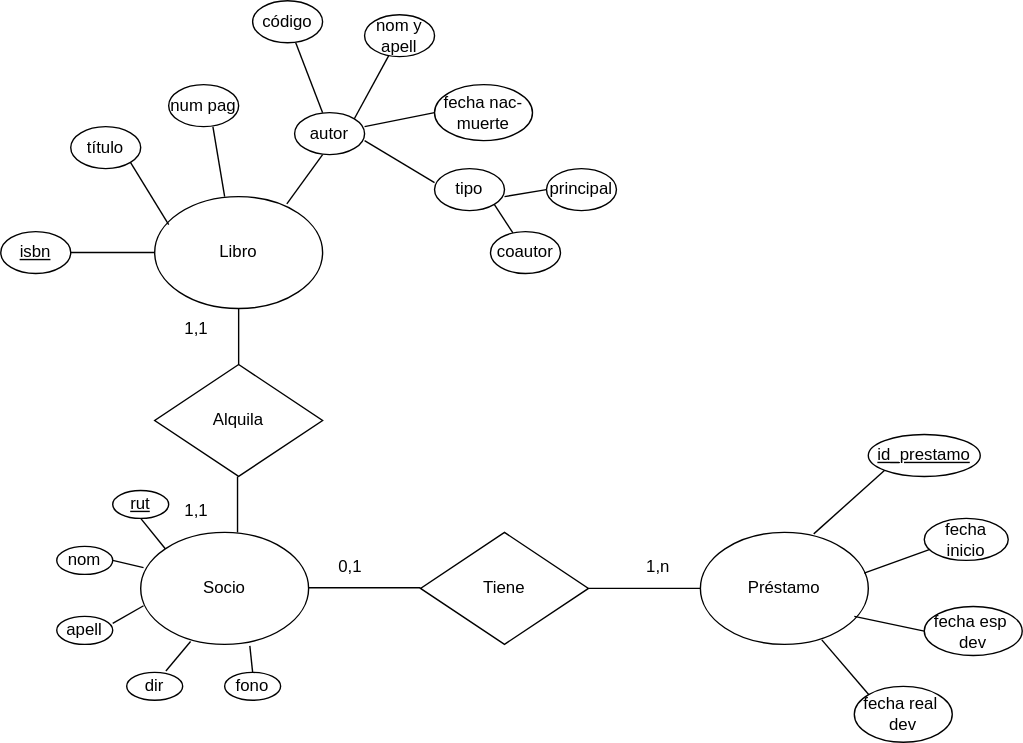
This is modelo conceptual.drawio.svg from FranSantander/-Biblioteca, a draw.io export, as it was before one commit. Source tidied: cells renumbered, new cells last; positions are measured from the earlier drawing's top-left corner, leaving out a move shared by most shapes.
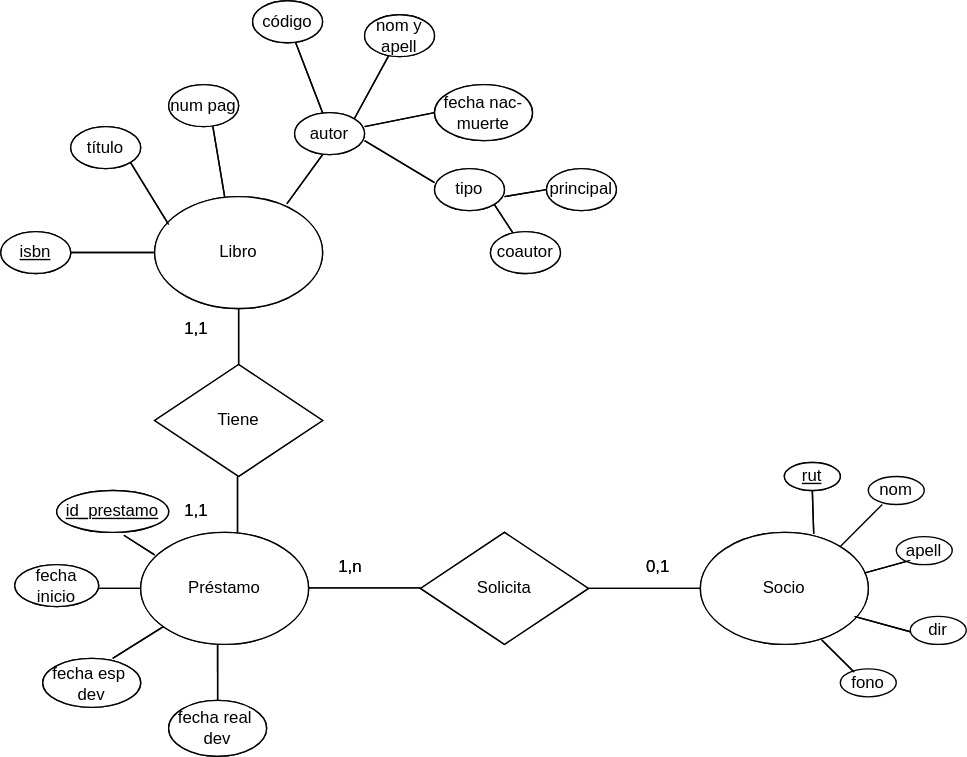
Later version of the same file.

Diff of the diagram source:
```diff
@@ -5,10 +5,10 @@
     <mxCell id="2" value="Libro" style="ellipse;whiteSpace=wrap;html=1;" parent="1" vertex="1">
       <mxGeometry x="110" y="140" width="120" height="80" as="geometry" />
     </mxCell>
-    <mxCell id="3" value="Socio" style="ellipse;whiteSpace=wrap;html=1;" parent="1" vertex="1">
+    <mxCell id="3" value="Préstamo" style="ellipse;whiteSpace=wrap;html=1;" parent="1" vertex="1">
       <mxGeometry x="100" y="380" width="120" height="80" as="geometry" />
     </mxCell>
-    <mxCell id="4" value="Préstamo" style="ellipse;whiteSpace=wrap;html=1;" parent="1" vertex="1">
+    <mxCell id="4" value="Socio" style="ellipse;whiteSpace=wrap;html=1;" parent="1" vertex="1">
       <mxGeometry x="500" y="380" width="120" height="80" as="geometry" />
     </mxCell>
     <mxCell id="5" value="&lt;u&gt;isbn&lt;/u&gt;" style="ellipse;whiteSpace=wrap;html=1;" parent="1" vertex="1">
@@ -86,38 +86,31 @@
       </mxGeometry>
     </mxCell>
     <mxCell id="25" value="&lt;u&gt;rut&lt;/u&gt;" style="ellipse;whiteSpace=wrap;html=1;" parent="1" vertex="1">
-      <mxGeometry x="80" y="350" width="40" height="20" as="geometry" />
+      <mxGeometry x="560" y="330" width="40" height="20" as="geometry" />
     </mxCell>
-    <mxCell id="26" value="nom" style="ellipse;whiteSpace=wrap;html=1;" parent="1" vertex="1">
-      <mxGeometry x="40" y="390" width="40" height="20" as="geometry" />
-    </mxCell>
-    <mxCell id="27" value="apell" style="ellipse;whiteSpace=wrap;html=1;" parent="1" vertex="1">
-      <mxGeometry x="40" y="440" width="40" height="20" as="geometry" />
-    </mxCell>
-    <mxCell id="28" value="dir" style="ellipse;whiteSpace=wrap;html=1;" parent="1" vertex="1">
-      <mxGeometry x="90" y="480" width="40" height="20" as="geometry" />
-    </mxCell>
-    <mxCell id="29" value="fono" style="ellipse;whiteSpace=wrap;html=1;" parent="1" vertex="1">
-      <mxGeometry x="160" y="480" width="40" height="20" as="geometry" />
-    </mxCell>
-    <mxCell id="30" value="Tiene" style="rhombus;whiteSpace=wrap;html=1;" parent="1" vertex="1">
+    <mxCell id="30" value="Solicita" style="rhombus;whiteSpace=wrap;html=1;" parent="1" vertex="1">
       <mxGeometry x="300" y="380" width="120" height="80" as="geometry" />
     </mxCell>
-    <mxCell id="31" style="endArrow=none;html=1;rounded=0;exitX=0.675;exitY=0.013;exitDx=0;exitDy=0;exitPerimeter=0;entryX=0;entryY=1;entryDx=0;entryDy=0;" parent="1" edge="1" source="4" target="50">
-      <mxGeometry relative="1" as="geometry" />
+    <mxCell id="31" style="endArrow=none;html=1;rounded=0;exitX=0.675;exitY=0.013;exitDx=0;exitDy=0;exitPerimeter=0;" parent="1" edge="1" source="4">
+      <mxGeometry relative="1" as="geometry">
+        <mxPoint x="580" y="350" as="targetPoint" />
+      </mxGeometry>
     </mxCell>
     <mxCell id="32" style="endArrow=none;html=1;rounded=0;exitX=0.975;exitY=0.363;exitDx=0;exitDy=0;exitPerimeter=0;" parent="1" edge="1" source="4">
       <mxGeometry relative="1" as="geometry">
-        <mxPoint x="670" y="390" as="targetPoint" />
+        <mxPoint x="650" y="400" as="targetPoint" />
       </mxGeometry>
     </mxCell>
-    <mxCell id="33" style="endArrow=none;html=1;rounded=0;entryX=0;entryY=0.5;entryDx=0;entryDy=0;" parent="1" edge="1" target="41">
+    <mxCell id="33" style="endArrow=none;html=1;rounded=0;" parent="1" edge="1">
       <mxGeometry relative="1" as="geometry">
         <mxPoint x="610" y="440" as="sourcePoint" />
+        <mxPoint x="650" y="451" as="targetPoint" />
       </mxGeometry>
     </mxCell>
-    <mxCell id="34" style="endArrow=none;html=1;rounded=0;exitX=0.723;exitY=0.96;exitDx=0;exitDy=0;exitPerimeter=0;entryX=0;entryY=0;entryDx=0;entryDy=0;" parent="1" edge="1" source="4" target="42">
-      <mxGeometry relative="1" as="geometry" />
+    <mxCell id="34" style="endArrow=none;html=1;rounded=0;exitX=0.723;exitY=0.96;exitDx=0;exitDy=0;exitPerimeter=0;" parent="1" edge="1" source="4">
+      <mxGeometry relative="1" as="geometry">
+        <mxPoint x="610" y="480" as="targetPoint" />
+      </mxGeometry>
     </mxCell>
     <mxCell id="35" style="endArrow=none;html=1;rounded=0;" parent="1" edge="1">
       <mxGeometry relative="1" as="geometry">
@@ -131,7 +124,7 @@
         <mxPoint x="300" y="419.6" as="targetPoint" />
       </mxGeometry>
     </mxCell>
-    <mxCell id="37" value="Alquila" style="rhombus;whiteSpace=wrap;html=1;" parent="1" vertex="1">
+    <mxCell id="37" value="Tiene" style="rhombus;whiteSpace=wrap;html=1;" parent="1" vertex="1">
       <mxGeometry x="110" y="260" width="120" height="80" as="geometry" />
     </mxCell>
     <mxCell id="38" style="endArrow=none;html=1;rounded=0;entryX=0.5;entryY=1;entryDx=0;entryDy=0;" parent="1" edge="1" target="2">
@@ -146,31 +139,31 @@
       </mxGeometry>
     </mxCell>
     <mxCell id="40" value="fecha inicio" style="ellipse;whiteSpace=wrap;html=1;" parent="1" vertex="1">
-      <mxGeometry x="660" y="370" width="60" height="30" as="geometry" />
+      <mxGeometry x="10" y="403" width="60" height="30" as="geometry" />
     </mxCell>
     <mxCell id="41" value="fecha esp&amp;nbsp; dev" style="ellipse;whiteSpace=wrap;html=1;" parent="1" vertex="1">
-      <mxGeometry x="660" y="433" width="70" height="35" as="geometry" />
+      <mxGeometry x="30" y="470" width="70" height="35" as="geometry" />
     </mxCell>
     <mxCell id="42" value="fecha real&amp;nbsp; dev" style="ellipse;whiteSpace=wrap;html=1;" parent="1" vertex="1">
-      <mxGeometry x="610" y="490" width="70" height="40" as="geometry" />
+      <mxGeometry x="120" y="500" width="70" height="40" as="geometry" />
     </mxCell>
-    <mxCell id="43" style="endArrow=none;html=1;rounded=0;entryX=0.297;entryY=0.975;entryDx=0;entryDy=0;entryPerimeter=0;exitX=0.7;exitY=-0.05;exitDx=0;exitDy=0;exitPerimeter=0;" parent="1" edge="1" source="28" target="3">
+    <mxCell id="43" style="endArrow=none;html=1;rounded=0;entryX=0.458;entryY=1;entryDx=0;entryDy=0;entryPerimeter=0;exitX=0.5;exitY=0;exitDx=0;exitDy=0;" parent="1" edge="1" source="42" target="3">
       <mxGeometry relative="1" as="geometry" />
     </mxCell>
-    <mxCell id="44" style="endArrow=none;html=1;rounded=0;entryX=0.017;entryY=0.655;entryDx=0;entryDy=0;entryPerimeter=0;" parent="1" edge="1" target="3">
+    <mxCell id="44" style="endArrow=none;html=1;rounded=0;" parent="1" edge="1" target="3">
       <mxGeometry relative="1" as="geometry">
-        <mxPoint x="80" y="445" as="sourcePoint" />
+        <mxPoint x="80" y="470" as="sourcePoint" />
       </mxGeometry>
     </mxCell>
-    <mxCell id="45" style="endArrow=none;html=1;rounded=0;entryX=0.017;entryY=0.315;entryDx=0;entryDy=0;entryPerimeter=0;" parent="1" edge="1" target="3">
+    <mxCell id="45" style="endArrow=none;html=1;rounded=0;entryX=0;entryY=0.5;entryDx=0;entryDy=0;" parent="1" edge="1" target="3">
       <mxGeometry relative="1" as="geometry">
-        <mxPoint x="80" y="400" as="sourcePoint" />
+        <mxPoint x="70" y="420" as="sourcePoint" />
       </mxGeometry>
     </mxCell>
-    <mxCell id="46" value="0,1" style="text;html=1;strokeColor=none;fillColor=none;align=center;verticalAlign=middle;whiteSpace=wrap;rounded=0;" parent="1" vertex="1">
+    <mxCell id="46" value="1,n" style="text;html=1;strokeColor=none;fillColor=none;align=center;verticalAlign=middle;whiteSpace=wrap;rounded=0;" parent="1" vertex="1">
       <mxGeometry x="220" y="390" width="60" height="30" as="geometry" />
     </mxCell>
-    <mxCell id="47" value="1,n" style="text;html=1;strokeColor=none;fillColor=none;align=center;verticalAlign=middle;whiteSpace=wrap;rounded=0;" parent="1" vertex="1">
+    <mxCell id="47" value="0,1" style="text;html=1;strokeColor=none;fillColor=none;align=center;verticalAlign=middle;whiteSpace=wrap;rounded=0;" parent="1" vertex="1">
       <mxGeometry x="440" y="390" width="60" height="30" as="geometry" />
     </mxCell>
     <mxCell id="48" value="1,1" style="text;html=1;strokeColor=none;fillColor=none;align=center;verticalAlign=middle;whiteSpace=wrap;rounded=0;" parent="1" vertex="1">
@@ -180,17 +173,205 @@
       <mxGeometry x="110" y="350" width="60" height="30" as="geometry" />
     </mxCell>
     <mxCell id="50" value="&lt;u&gt;id_prestamo&lt;/u&gt;" style="ellipse;whiteSpace=wrap;html=1;" parent="1" vertex="1">
-      <mxGeometry x="620" y="310" width="80" height="30" as="geometry" />
+      <mxGeometry x="40" y="350" width="80" height="30" as="geometry" />
     </mxCell>
-    <mxCell id="51" style="endArrow=none;html=1;rounded=0;entryX=0.65;entryY=1.013;entryDx=0;entryDy=0;entryPerimeter=0;" parent="1" edge="1" target="3">
-      <mxGeometry relative="1" as="geometry">
-        <mxPoint x="180" y="480" as="sourcePoint" />
-      </mxGeometry>
-    </mxCell>
-    <mxCell id="52" style="endArrow=none;html=1;rounded=0;entryX=0;entryY=0;entryDx=0;entryDy=0;" parent="1" edge="1" target="3">
-      <mxGeometry relative="1" as="geometry">
-        <mxPoint x="100" y="370" as="sourcePoint" />
-      </mxGeometry>
+    <mxCell id="52" style="endArrow=none;html=1;rounded=0;entryX=0.083;entryY=0.2;entryDx=0;entryDy=0;entryPerimeter=0;exitX=0.6;exitY=1.067;exitDx=0;exitDy=0;exitPerimeter=0;" parent="1" edge="1" source="50" target="3">
+      <mxGeometry relative="1" as="geometry" />
     </mxCell>
+    <mxCell id="53" value="Capa sin título" parent="0" />
+    <mxCell id="54" value="Libro" style="ellipse;whiteSpace=wrap;html=1;" parent="53" vertex="1">
+      <mxGeometry x="110" y="140" width="120" height="80" as="geometry" />
+    </mxCell>
+    <mxCell id="55" value="Préstamo" style="ellipse;whiteSpace=wrap;html=1;" parent="53" vertex="1">
+      <mxGeometry x="100" y="380" width="120" height="80" as="geometry" />
+    </mxCell>
+    <mxCell id="56" value="Socio" style="ellipse;whiteSpace=wrap;html=1;" parent="53" vertex="1">
+      <mxGeometry x="500" y="380" width="120" height="80" as="geometry" />
+    </mxCell>
+    <mxCell id="57" value="&lt;u&gt;isbn&lt;/u&gt;" style="ellipse;whiteSpace=wrap;html=1;" parent="53" vertex="1">
+      <mxGeometry y="165" width="50" height="30" as="geometry" />
+    </mxCell>
+    <mxCell id="58" value="título" style="ellipse;whiteSpace=wrap;html=1;" parent="53" vertex="1">
+      <mxGeometry x="50" y="90" width="50" height="30" as="geometry" />
+    </mxCell>
+    <mxCell id="59" value="num pag" style="ellipse;whiteSpace=wrap;html=1;" parent="53" vertex="1">
+      <mxGeometry x="120" y="60" width="50" height="30" as="geometry" />
+    </mxCell>
+    <mxCell id="60" value="autor" style="ellipse;whiteSpace=wrap;html=1;" parent="53" vertex="1">
+      <mxGeometry x="210" y="80" width="50" height="30" as="geometry" />
+    </mxCell>
+    <mxCell id="61" value="tipo" style="ellipse;whiteSpace=wrap;html=1;" parent="53" vertex="1">
+      <mxGeometry x="310" y="120" width="50" height="30" as="geometry" />
+    </mxCell>
+    <mxCell id="62" value="fecha nac-muerte" style="ellipse;whiteSpace=wrap;html=1;" parent="53" vertex="1">
+      <mxGeometry x="310" y="60" width="70" height="40" as="geometry" />
+    </mxCell>
+    <mxCell id="63" value="nom y apell" style="ellipse;whiteSpace=wrap;html=1;" parent="53" vertex="1">
+      <mxGeometry x="260" y="10" width="50" height="30" as="geometry" />
+    </mxCell>
+    <mxCell id="64" value="código" style="ellipse;whiteSpace=wrap;html=1;" parent="53" vertex="1">
+      <mxGeometry x="180" width="50" height="30" as="geometry" />
+    </mxCell>
+    <mxCell id="65" style="endArrow=none;html=1;rounded=0;exitX=0.787;exitY=0.065;exitDx=0;exitDy=0;exitPerimeter=0;" parent="53" edge="1" source="54">
+      <mxGeometry relative="1" as="geometry">
+        <mxPoint x="230" y="110" as="targetPoint" />
+      </mxGeometry>
+    </mxCell>
+    <mxCell id="66" style="endArrow=none;html=1;rounded=0;exitX=1;exitY=0;exitDx=0;exitDy=0;" parent="53" edge="1" source="60" target="63">
+      <mxGeometry relative="1" as="geometry" />
+    </mxCell>
+    <mxCell id="67" style="endArrow=none;html=1;rounded=0;entryX=0.632;entryY=1;entryDx=0;entryDy=0;entryPerimeter=0;" parent="53" edge="1" target="59">
+      <mxGeometry relative="1" as="geometry">
+        <mxPoint x="160" y="140" as="sourcePoint" />
+      </mxGeometry>
+    </mxCell>
+    <mxCell id="68" style="endArrow=none;html=1;rounded=0;entryX=1;entryY=1;entryDx=0;entryDy=0;" parent="53" edge="1" target="58">
+      <mxGeometry relative="1" as="geometry">
+        <mxPoint x="120" y="160" as="sourcePoint" />
+      </mxGeometry>
+    </mxCell>
+    <mxCell id="69" style="endArrow=none;html=1;rounded=0;entryX=1;entryY=0.5;entryDx=0;entryDy=0;exitX=0;exitY=0.5;exitDx=0;exitDy=0;" parent="53" edge="1" source="54" target="57">
+      <mxGeometry relative="1" as="geometry" />
+    </mxCell>
+    <mxCell id="70" style="endArrow=none;html=1;rounded=0;entryX=0.616;entryY=1;entryDx=0;entryDy=0;entryPerimeter=0;" parent="53" edge="1" target="64">
+      <mxGeometry relative="1" as="geometry">
+        <mxPoint x="230" y="80" as="sourcePoint" />
+      </mxGeometry>
+    </mxCell>
+    <mxCell id="71" style="endArrow=none;html=1;rounded=0;entryX=0;entryY=0.5;entryDx=0;entryDy=0;" parent="53" edge="1" target="62">
+      <mxGeometry relative="1" as="geometry">
+        <mxPoint x="260" y="90" as="sourcePoint" />
+      </mxGeometry>
+    </mxCell>
+    <mxCell id="72" style="endArrow=none;html=1;rounded=0;entryX=0;entryY=0.333;entryDx=0;entryDy=0;entryPerimeter=0;" parent="53" edge="1" target="61">
+      <mxGeometry relative="1" as="geometry">
+        <mxPoint x="260" y="100" as="sourcePoint" />
+      </mxGeometry>
+    </mxCell>
+    <mxCell id="73" value="coautor" style="ellipse;whiteSpace=wrap;html=1;" parent="53" vertex="1">
+      <mxGeometry x="350" y="165" width="50" height="30" as="geometry" />
+    </mxCell>
+    <mxCell id="74" value="principal" style="ellipse;whiteSpace=wrap;html=1;" parent="53" vertex="1">
+      <mxGeometry x="390" y="120" width="50" height="30" as="geometry" />
+    </mxCell>
+    <mxCell id="75" style="endArrow=none;html=1;rounded=0;entryX=0.32;entryY=0.033;entryDx=0;entryDy=0;entryPerimeter=0;exitX=1;exitY=1;exitDx=0;exitDy=0;" parent="53" edge="1" source="61" target="73">
+      <mxGeometry relative="1" as="geometry" />
+    </mxCell>
+    <mxCell id="76" style="endArrow=none;html=1;rounded=0;entryX=0;entryY=0.5;entryDx=0;entryDy=0;" parent="53" edge="1" target="74">
+      <mxGeometry relative="1" as="geometry">
+        <mxPoint x="360" y="140" as="sourcePoint" />
+      </mxGeometry>
+    </mxCell>
+    <mxCell id="77" value="&lt;u&gt;rut&lt;/u&gt;" style="ellipse;whiteSpace=wrap;html=1;" parent="53" vertex="1">
+      <mxGeometry x="560" y="330" width="40" height="20" as="geometry" />
+    </mxCell>
+    <mxCell id="26" value="nom" style="ellipse;whiteSpace=wrap;html=1;" parent="53" vertex="1">
+      <mxGeometry x="620" y="340" width="40" height="20" as="geometry" />
+    </mxCell>
+    <mxCell id="27" value="apell" style="ellipse;whiteSpace=wrap;html=1;" parent="53" vertex="1">
+      <mxGeometry x="640" y="383" width="40" height="20" as="geometry" />
+    </mxCell>
+    <mxCell id="28" value="dir" style="ellipse;whiteSpace=wrap;html=1;" parent="53" vertex="1">
+      <mxGeometry x="650" y="440" width="40" height="20" as="geometry" />
+    </mxCell>
+    <mxCell id="29" value="fono" style="ellipse;whiteSpace=wrap;html=1;" parent="53" vertex="1">
+      <mxGeometry x="600" y="477.5" width="40" height="20" as="geometry" />
+    </mxCell>
+    <mxCell id="78" value="Solicita" style="rhombus;whiteSpace=wrap;html=1;" parent="53" vertex="1">
+      <mxGeometry x="300" y="380" width="120" height="80" as="geometry" />
+    </mxCell>
+    <mxCell id="79" style="endArrow=none;html=1;rounded=0;exitX=0.675;exitY=0.013;exitDx=0;exitDy=0;exitPerimeter=0;" parent="53" edge="1" source="56">
+      <mxGeometry relative="1" as="geometry">
+        <mxPoint x="580" y="350" as="targetPoint" />
+      </mxGeometry>
+    </mxCell>
+    <mxCell id="80" style="endArrow=none;html=1;rounded=0;exitX=0.975;exitY=0.363;exitDx=0;exitDy=0;exitPerimeter=0;" parent="53" edge="1" source="56">
+      <mxGeometry relative="1" as="geometry">
+        <mxPoint x="650" y="400" as="targetPoint" />
+      </mxGeometry>
+    </mxCell>
+    <mxCell id="81" style="endArrow=none;html=1;rounded=0;" parent="53" edge="1">
+      <mxGeometry relative="1" as="geometry">
+        <mxPoint x="610" y="440" as="sourcePoint" />
+        <mxPoint x="650" y="451" as="targetPoint" />
+      </mxGeometry>
+    </mxCell>
+    <mxCell id="82" style="endArrow=none;html=1;rounded=0;exitX=0.723;exitY=0.96;exitDx=0;exitDy=0;exitPerimeter=0;" parent="53" edge="1" source="56">
+      <mxGeometry relative="1" as="geometry">
+        <mxPoint x="610" y="480" as="targetPoint" />
+      </mxGeometry>
+    </mxCell>
+    <mxCell id="83" style="endArrow=none;html=1;rounded=0;" parent="53" edge="1">
+      <mxGeometry relative="1" as="geometry">
+        <mxPoint x="420" y="420" as="sourcePoint" />
+        <mxPoint x="500" y="420" as="targetPoint" />
+      </mxGeometry>
+    </mxCell>
+    <mxCell id="84" style="endArrow=none;html=1;rounded=0;" parent="53" edge="1">
+      <mxGeometry relative="1" as="geometry">
+        <mxPoint x="220" y="419.6" as="sourcePoint" />
+        <mxPoint x="300" y="419.6" as="targetPoint" />
+      </mxGeometry>
+    </mxCell>
+    <mxCell id="85" value="Tiene" style="rhombus;whiteSpace=wrap;html=1;" parent="53" vertex="1">
+      <mxGeometry x="110" y="260" width="120" height="80" as="geometry" />
+    </mxCell>
+    <mxCell id="86" style="endArrow=none;html=1;rounded=0;entryX=0.5;entryY=1;entryDx=0;entryDy=0;" parent="53" edge="1" target="54">
+      <mxGeometry relative="1" as="geometry">
+        <mxPoint x="170" y="260" as="sourcePoint" />
+      </mxGeometry>
+    </mxCell>
+    <mxCell id="87" style="endArrow=none;html=1;rounded=0;entryX=0.5;entryY=1;entryDx=0;entryDy=0;" parent="53" edge="1">
+      <mxGeometry relative="1" as="geometry">
+        <mxPoint x="169.2" y="380" as="sourcePoint" />
+        <mxPoint x="169.2" y="340" as="targetPoint" />
+      </mxGeometry>
+    </mxCell>
+    <mxCell id="88" value="fecha inicio" style="ellipse;whiteSpace=wrap;html=1;" parent="53" vertex="1">
+      <mxGeometry x="10" y="403" width="60" height="30" as="geometry" />
+    </mxCell>
+    <mxCell id="89" value="fecha esp&amp;nbsp; dev" style="ellipse;whiteSpace=wrap;html=1;" parent="53" vertex="1">
+      <mxGeometry x="30" y="470" width="70" height="35" as="geometry" />
+    </mxCell>
+    <mxCell id="90" value="fecha real&amp;nbsp; dev" style="ellipse;whiteSpace=wrap;html=1;" parent="53" vertex="1">
+      <mxGeometry x="120" y="500" width="70" height="40" as="geometry" />
+    </mxCell>
+    <mxCell id="91" style="endArrow=none;html=1;rounded=0;entryX=0.458;entryY=1;entryDx=0;entryDy=0;entryPerimeter=0;exitX=0.5;exitY=0;exitDx=0;exitDy=0;" parent="53" edge="1" source="90" target="55">
+      <mxGeometry relative="1" as="geometry" />
+    </mxCell>
+    <mxCell id="92" style="endArrow=none;html=1;rounded=0;" parent="53" edge="1" target="55">
+      <mxGeometry relative="1" as="geometry">
+        <mxPoint x="80" y="470" as="sourcePoint" />
+      </mxGeometry>
+    </mxCell>
+    <mxCell id="93" style="endArrow=none;html=1;rounded=0;entryX=0;entryY=0.5;entryDx=0;entryDy=0;" parent="53" edge="1" target="55">
+      <mxGeometry relative="1" as="geometry">
+        <mxPoint x="70" y="420" as="sourcePoint" />
+      </mxGeometry>
+    </mxCell>
+    <mxCell id="94" value="1,n" style="text;html=1;strokeColor=none;fillColor=none;align=center;verticalAlign=middle;whiteSpace=wrap;rounded=0;" parent="53" vertex="1">
+      <mxGeometry x="220" y="390" width="60" height="30" as="geometry" />
+    </mxCell>
+    <mxCell id="95" value="0,1" style="text;html=1;strokeColor=none;fillColor=none;align=center;verticalAlign=middle;whiteSpace=wrap;rounded=0;" parent="53" vertex="1">
+      <mxGeometry x="440" y="390" width="60" height="30" as="geometry" />
+    </mxCell>
+    <mxCell id="96" value="1,1" style="text;html=1;strokeColor=none;fillColor=none;align=center;verticalAlign=middle;whiteSpace=wrap;rounded=0;" parent="53" vertex="1">
+      <mxGeometry x="110" y="220" width="60" height="30" as="geometry" />
+    </mxCell>
+    <mxCell id="97" value="1,1" style="text;html=1;strokeColor=none;fillColor=none;align=center;verticalAlign=middle;whiteSpace=wrap;rounded=0;" parent="53" vertex="1">
+      <mxGeometry x="110" y="350" width="60" height="30" as="geometry" />
+    </mxCell>
+    <mxCell id="98" value="&lt;u&gt;id_prestamo&lt;/u&gt;" style="ellipse;whiteSpace=wrap;html=1;" parent="53" vertex="1">
+      <mxGeometry x="40" y="350" width="80" height="30" as="geometry" />
+    </mxCell>
+    <mxCell id="99" style="endArrow=none;html=1;rounded=0;entryX=0.083;entryY=0.2;entryDx=0;entryDy=0;entryPerimeter=0;exitX=0.6;exitY=1.067;exitDx=0;exitDy=0;exitPerimeter=0;" parent="53" edge="1" source="98" target="55">
+      <mxGeometry relative="1" as="geometry" />
+    </mxCell>
+    <mxCell id="100" style="endArrow=none;html=1;rounded=0;" parent="53" edge="1">
+      <mxGeometry relative="1" as="geometry">
+        <mxPoint x="600" y="390" as="sourcePoint" />
+        <mxPoint x="630" y="360" as="targetPoint" />
+      </mxGeometry>
+    </mxCell>
   </root>
 </mxGraphModel>
```
